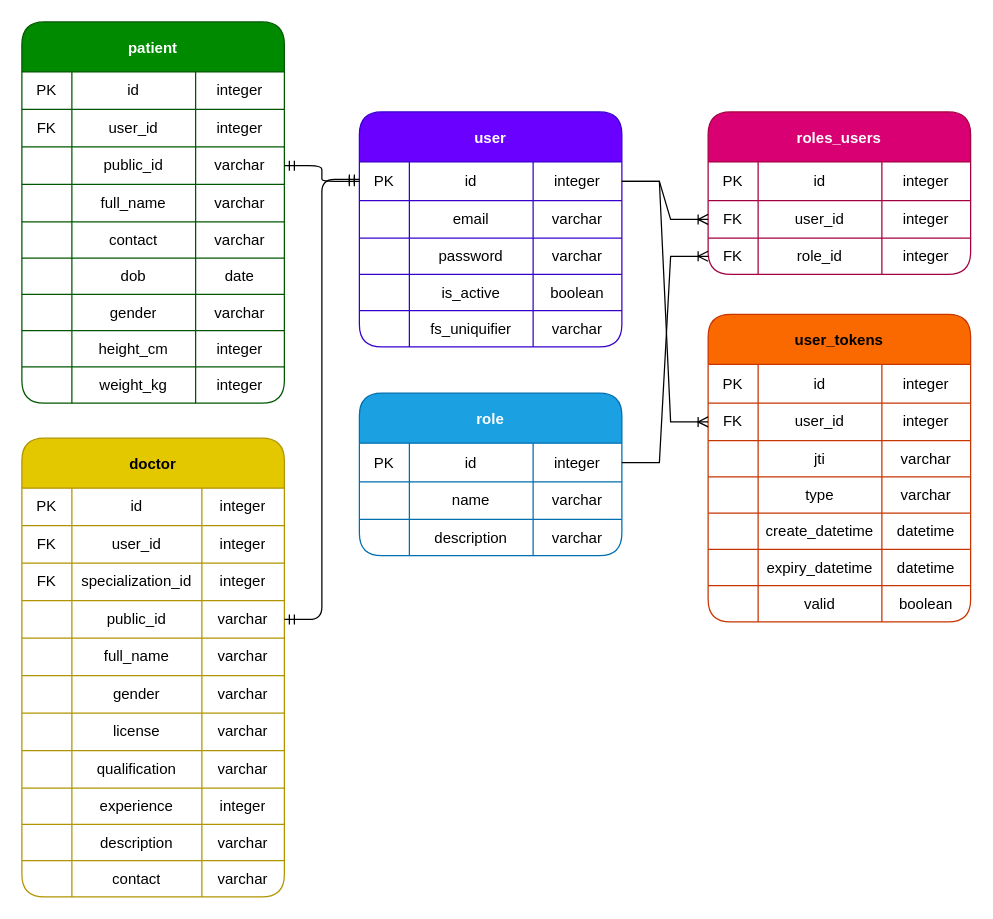
Above: page "Login_Schema" (1 of 4) of docs/ER-diagram_HMS.drawio in Developer-PritamSaha/hospital-management-app (draw.io), before the change. Source tidied: cells renumbered, new cells numbered last; positions are measured from the earlier drawing's top-left corner, leaving out a move shared by most shapes. Both pictures are drawn from the tidied source at 125%, with x=0, y=0 at pixel (21, 21).
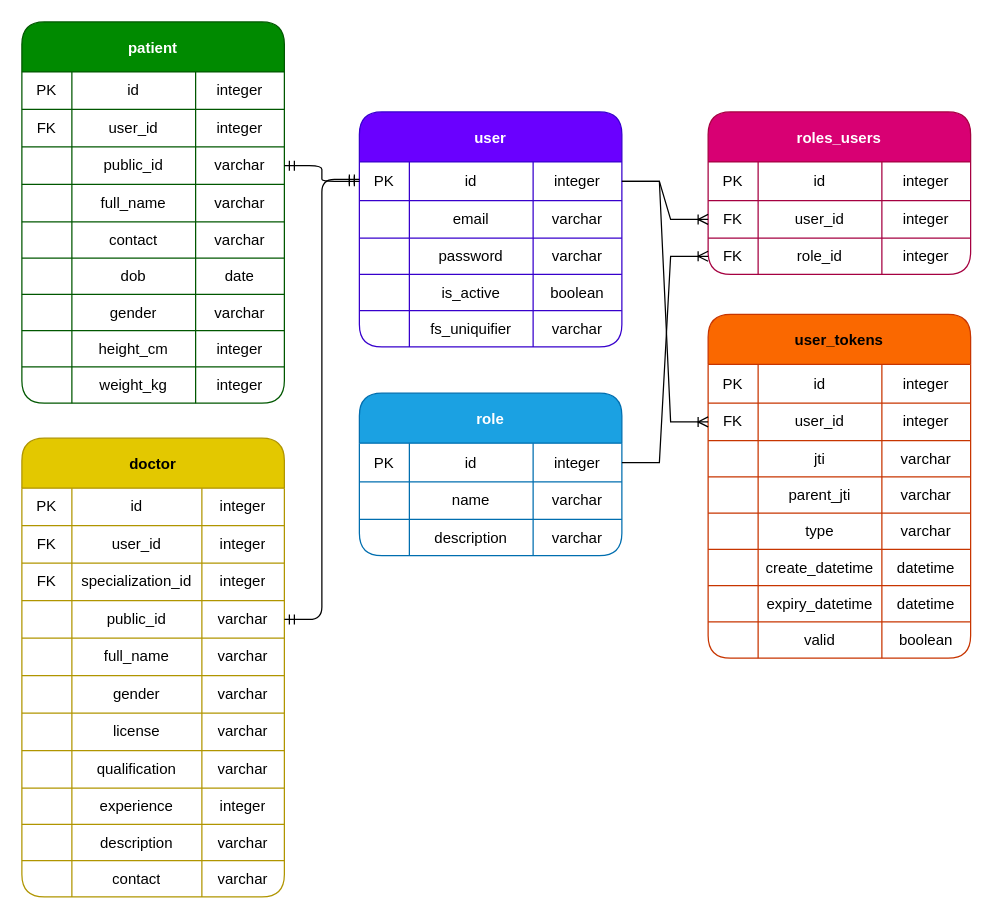
Above is the later version.

Diff of the diagram source:
```diff
@@
     <mxCell id="89" value="user_tokens" style="shape=table;startSize=40;childLayout=tableLayout;fontStyle=1;align=center;fillColor=#fa6800;fontColor=#000000;strokeColor=#C73500;rounded=1;" parent="1" vertex="1">
-      <mxGeometry x="549" y="234" width="210" height="246" as="geometry" />
+      <mxGeometry x="549" y="234" width="210" height="275" as="geometry" />
     </mxCell>
@@
+    <mxCell id="165" style="shape=tableRow;horizontal=0;startSize=0;swimlaneHead=0;swimlaneBody=0;top=0;left=0;bottom=0;right=0;fillColor=none;rounded=1;" parent="89" vertex="1">
+      <mxGeometry y="130" width="210" height="29" as="geometry" />
+    </mxCell>
+    <mxCell id="166" style="shape=partialRectangle;html=1;whiteSpace=wrap;fillColor=none;top=0;left=0;bottom=0;right=0;overflow=hidden;rounded=1;" parent="165" vertex="1">
+      <mxGeometry width="40" height="29" as="geometry" />
+    </mxCell>
+    <mxCell id="167" value="parent_jti" style="shape=partialRectangle;html=1;whiteSpace=wrap;fillColor=none;top=0;left=0;bottom=0;right=0;overflow=hidden;rounded=1;" parent="165" vertex="1">
+      <mxGeometry x="40" width="99" height="29" as="geometry" />
+    </mxCell>
+    <mxCell id="168" value="varchar" style="shape=partialRectangle;html=1;whiteSpace=wrap;fillColor=none;top=0;left=0;bottom=0;right=0;overflow=hidden;rounded=1;" parent="165" vertex="1">
+      <mxGeometry x="139" width="71" height="29" as="geometry" />
+    </mxCell>
     <mxCell id="102" style="shape=tableRow;horizontal=0;startSize=0;swimlaneHead=0;swimlaneBody=0;top=0;left=0;bottom=0;right=0;fillColor=none;rounded=1;" parent="89" vertex="1">
-      <mxGeometry y="130" width="210" height="29" as="geometry" />
+      <mxGeometry y="159" width="210" height="29" as="geometry" />
     </mxCell>
@@
     <mxCell id="106" style="shape=tableRow;horizontal=0;startSize=0;swimlaneHead=0;swimlaneBody=0;top=0;left=0;bottom=0;right=0;fillColor=none;rounded=1;" parent="89" vertex="1">
-      <mxGeometry y="159" width="210" height="29" as="geometry" />
+      <mxGeometry y="188" width="210" height="29" as="geometry" />
     </mxCell>
@@
     <mxCell id="110" style="shape=tableRow;horizontal=0;startSize=0;swimlaneHead=0;swimlaneBody=0;top=0;left=0;bottom=0;right=0;fillColor=none;rounded=1;" parent="89" vertex="1">
-      <mxGeometry y="188" width="210" height="29" as="geometry" />
+      <mxGeometry y="217" width="210" height="29" as="geometry" />
     </mxCell>
@@
     <mxCell id="114" style="shape=tableRow;horizontal=0;startSize=0;swimlaneHead=0;swimlaneBody=0;top=0;left=0;bottom=0;right=0;fillColor=none;rounded=1;" parent="89" vertex="1">
-      <mxGeometry y="217" width="210" height="29" as="geometry" />
+      <mxGeometry y="246" width="210" height="29" as="geometry" />
     </mxCell>
```
